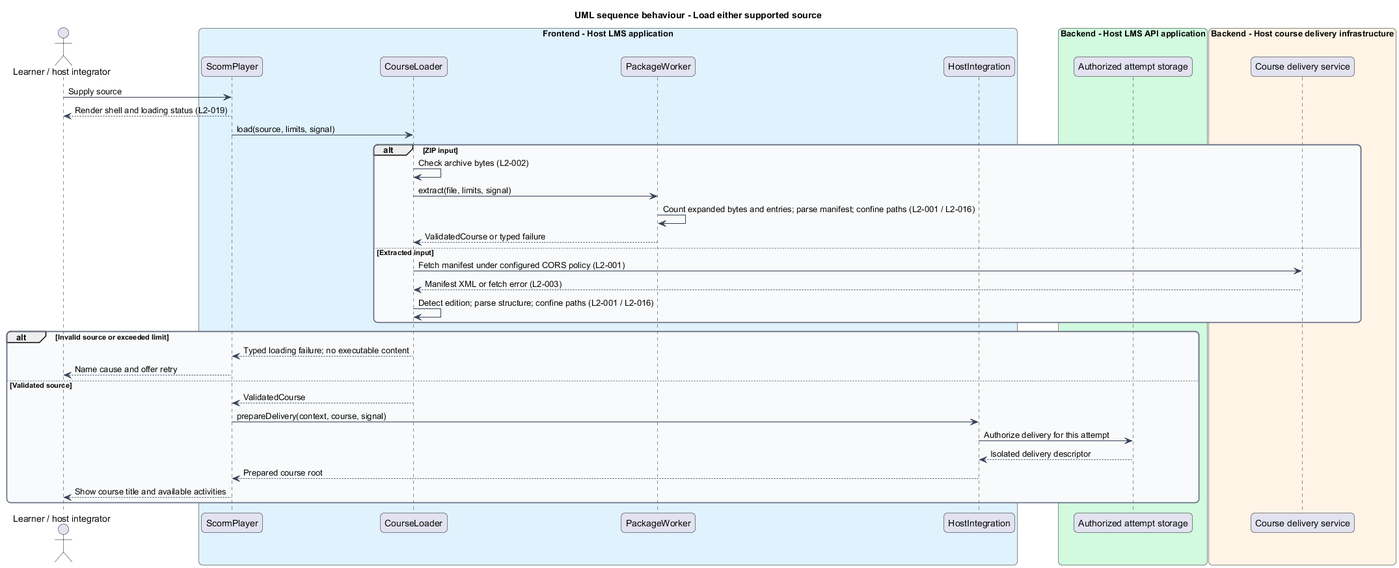
Before: docs/detailed-designs/scorm-player/load-course/diagrams/sequence-load.png, a diagram exported from PlantUML (QuinntyneBrown/Tessera). The source it was exported from:
```plantuml
@startuml
title UML sequence behaviour - Load either supported source
skinparam backgroundColor #FFFFFF
skinparam shadowing false
skinparam roundcorner 12
skinparam defaultFontName Arial
skinparam ArrowColor #344054
skinparam rectangle {
  BorderColor #344054
  FontColor #101828
}
skinparam package {
  BorderColor #667085
  FontColor #101828
  BackgroundColor #F9FAFB
}
actor "Learner / host integrator" as actor
box "Frontend - Host LMS application" #E0F2FE
  participant "ScormPlayer" as shell
  participant "CourseLoader" as core
  participant "PackageWorker" as worker
  participant "HostIntegration" as host
end box
box "Backend - Host LMS API application" #D1FADF
  participant "Authorized attempt storage" as api
end box
box "Backend - Host course delivery infrastructure" #FFF4E5
  participant "Course delivery service" as delivery
end box

actor -> shell : Supply source
shell --> actor : Render shell and loading status (L2-019)
shell -> core : load(source, limits, signal)
alt ZIP input
  core -> core : Check archive bytes (L2-002)
  core -> worker : extract(file, limits, signal)
  worker -> worker : Count expanded bytes and entries; parse manifest; confine paths (L2-001 / L2-016)
  worker --> core : ValidatedCourse or typed failure
else Extracted input
  core -> delivery : Fetch manifest under configured CORS policy (L2-001)
  delivery --> core : Manifest XML or fetch error (L2-003)
  core -> core : Detect edition; parse structure; confine paths (L2-001 / L2-016)
end
alt Invalid source or exceeded limit
  core --> shell : Typed loading failure; no executable content
  shell --> actor : Name cause and offer retry
else Validated source
  core --> shell : ValidatedCourse
  shell -> host : prepareDelivery(context, course, signal)
  host -> api : Authorize delivery for this attempt
  api --> host : Isolated delivery descriptor
  host --> shell : Prepared course root
  shell --> actor : Show course title and available activities
end
@enduml
```
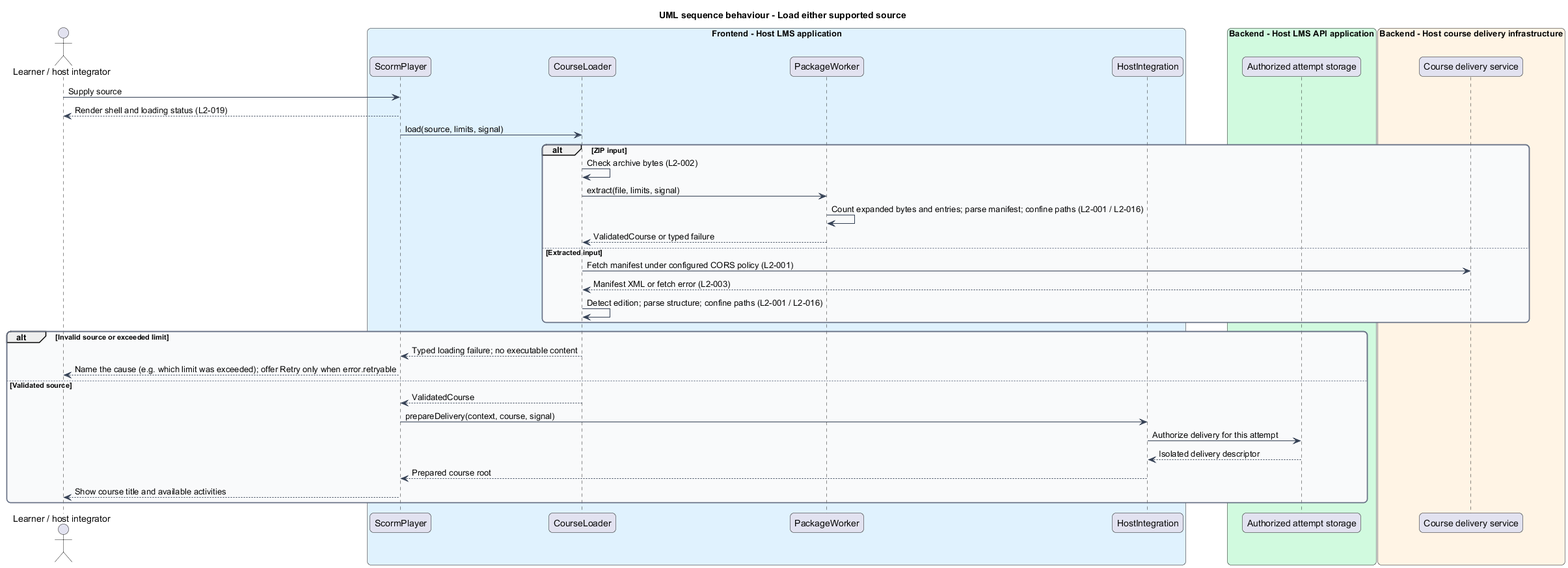
Above is the later version.

What changed in the source:
```diff
@@ -43,7 +43,7 @@
 end
 alt Invalid source or exceeded limit
   core --> shell : Typed loading failure; no executable content
-  shell --> actor : Name cause and offer retry
+  shell --> actor : Name the cause (e.g. which limit was exceeded); offer Retry only when error.retryable
 else Validated source
   core --> shell : ValidatedCourse
   shell -> host : prepareDelivery(context, course, signal)
```
